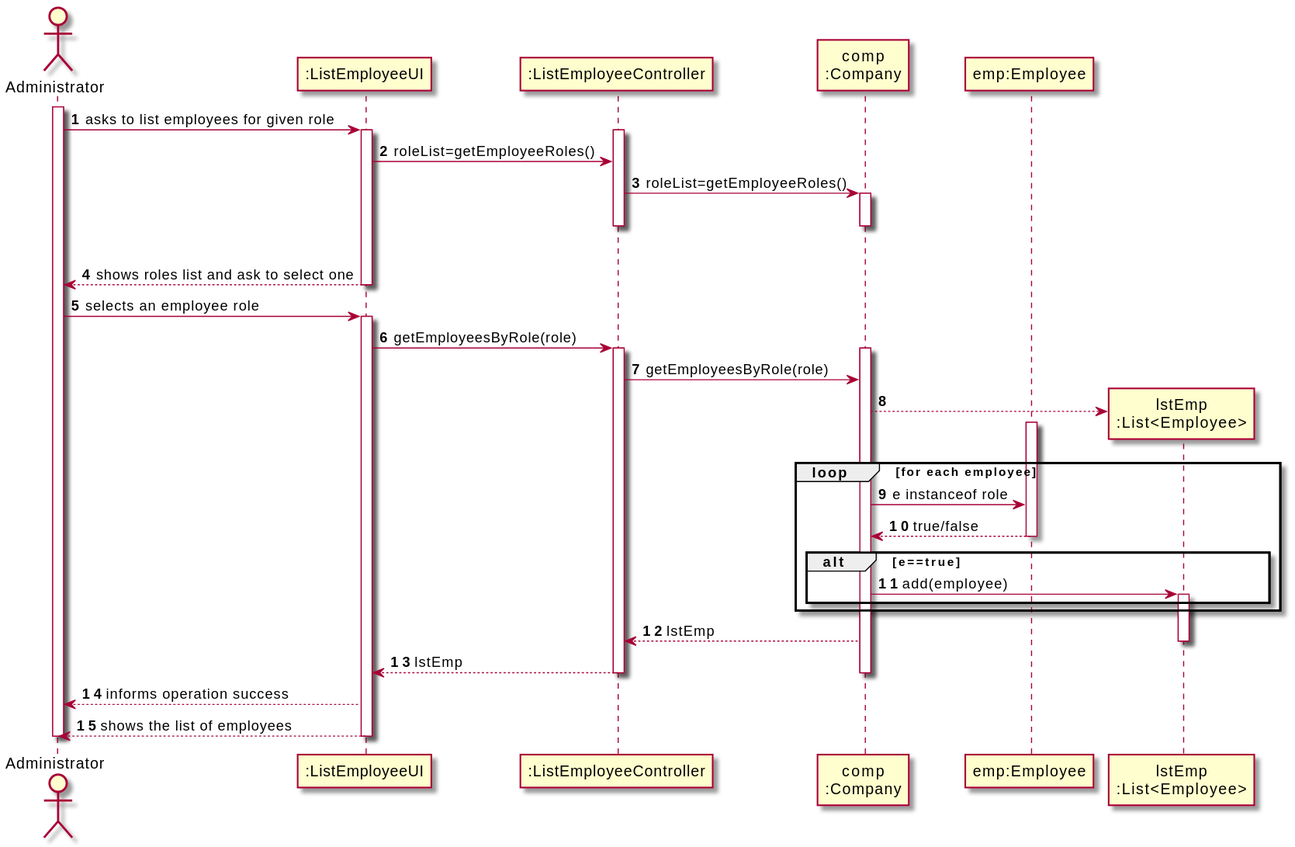
Before: docs/SprintB/US11/SD/US11_SD.svg, a diagram exported from PlantUML (miseEnPlace-i/lapr2).
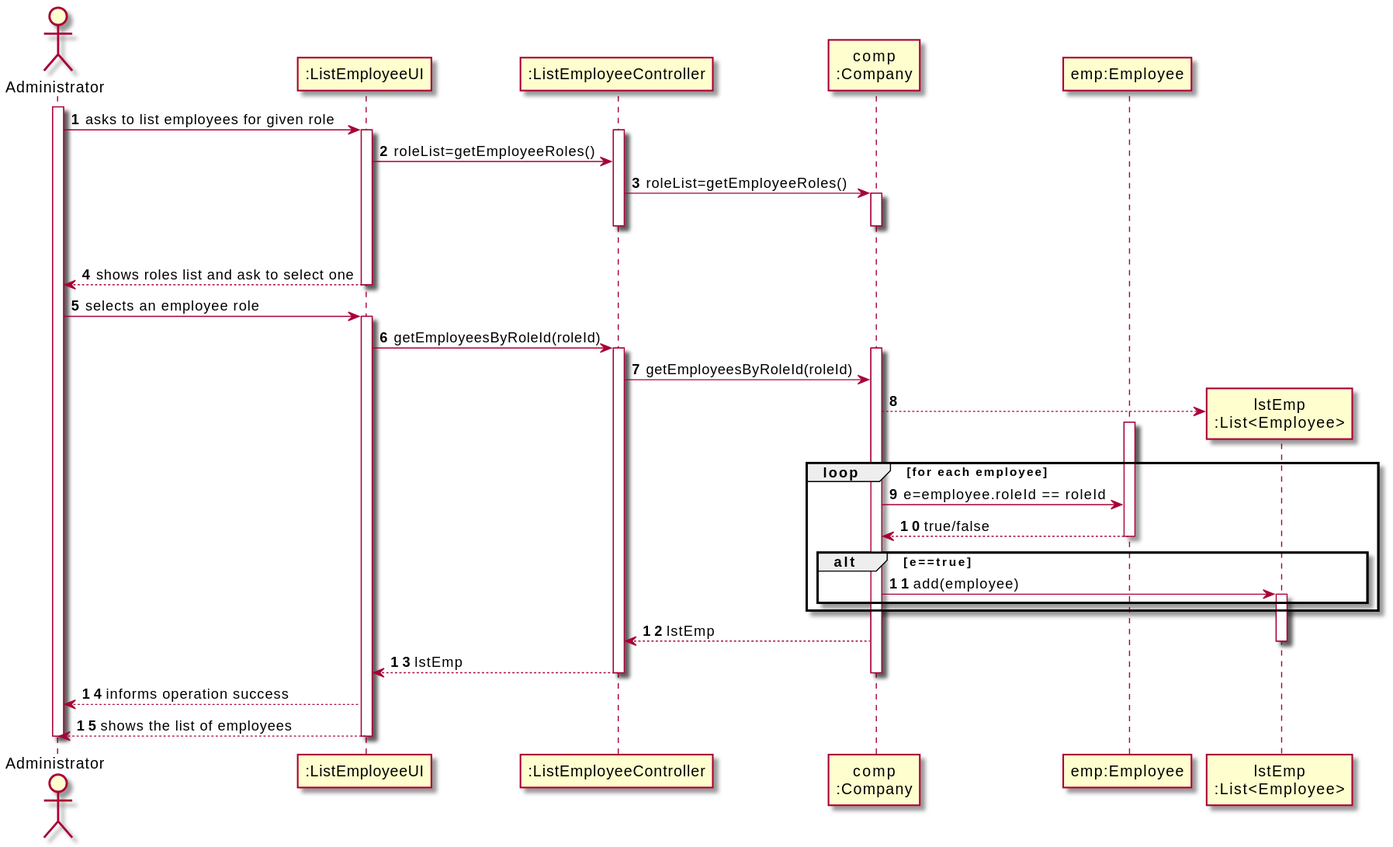
After the change.

Commit message:
docs(US11): removed superclass & used enum to employee roles

The edit, as a diff of the source:
```diff
@@ -25,17 +25,17 @@
 ADM -> UI : selects an employee role
 activate UI
 
-UI -> CTRL : getEmployeesByRole(role)
+UI -> CTRL : getEmployeesByRoleId(roleId)
 activate CTRL
 
 activate COMP
-CTRL -> COMP: getEmployeesByRole(role)
+CTRL -> COMP: getEmployeesByRoleId(roleId)
 create "lstEmp\n:List<Employee>" as LST
 COMP --> LST
 
 loop for each employee
   activate EMP
-    COMP -> EMP: e instanceof role
+    COMP -> EMP: e=employee.roleId == roleId
     EMP --> COMP: true/false
   deactivate EMP
     alt e==true
```
